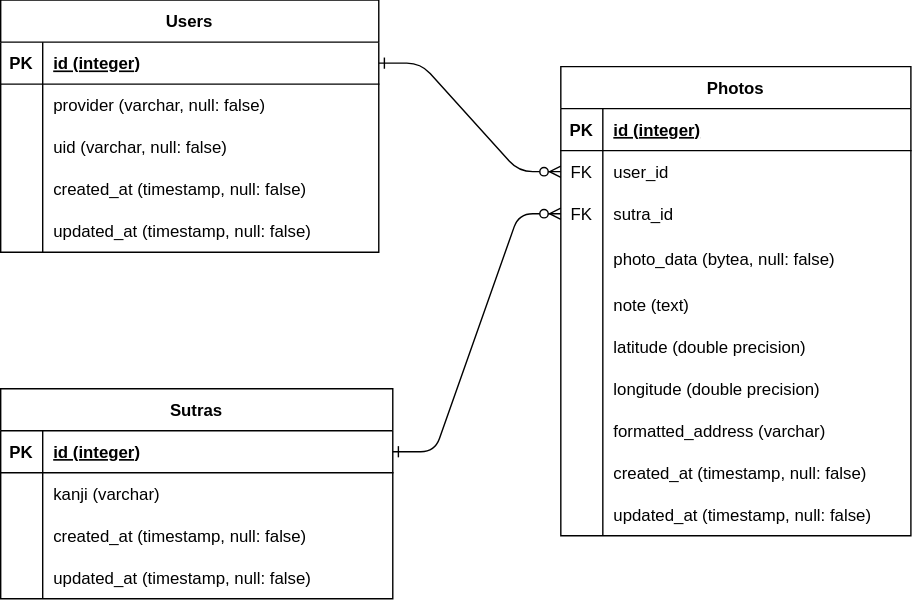
Above: outdoor-heart-sutra.drawio.svg in shirotamaki/entity-relationship-diagram (draw.io), before the change. Source tidied: cells renumbered, new cells last; positions are measured from the earlier drawing's top-left corner, leaving out a move shared by most shapes.
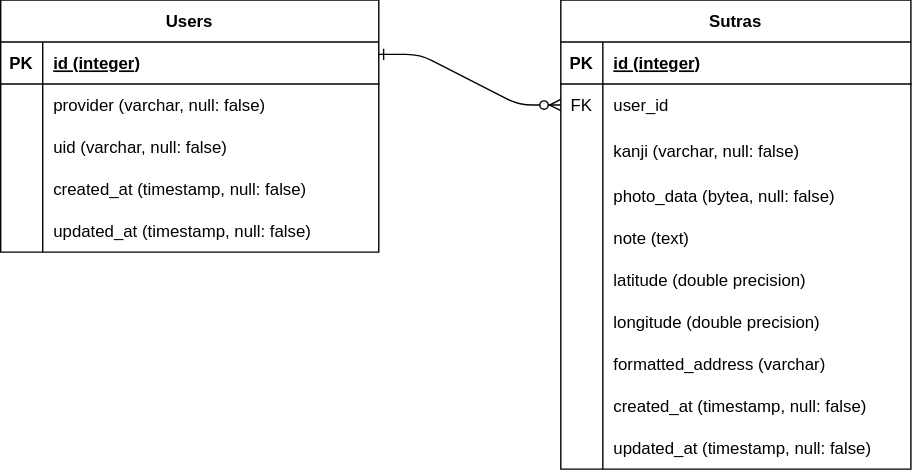
After the change.

Commit message:
outdoor-heart-sutra.drawio.svg を追加しました。

What changed in the source:
```diff
@@ -2,8 +2,8 @@
   <root>
     <mxCell id="0" />
     <mxCell id="1" parent="0" />
-    <mxCell id="2" value="Photos" style="shape=table;startSize=30;rowLines=0;fontStyle=1;align=center;" parent="1" vertex="1">
-      <mxGeometry x="400" y="48" width="250" height="335" as="geometry" />
+    <mxCell id="2" value="Sutras" style="shape=table;startSize=30;rowLines=0;fontStyle=1;align=center;" parent="1" vertex="1">
+      <mxGeometry x="400" y="0.5" width="250" height="335" as="geometry" />
     </mxCell>
     <mxCell id="3" style="shape=partialRectangle;fillColor=none;top=0;left=0;right=0;bottom=1;" parent="2" vertex="1">
       <mxGeometry y="30" width="250" height="30" as="geometry" />
@@ -23,78 +23,78 @@
     <mxCell id="8" value="user_id" style="shape=partialRectangle;overflow=hidden;fillColor=none;top=0;left=0;bottom=0;right=0;align=left;spacingLeft=6;" parent="6" vertex="1">
       <mxGeometry x="30" width="220" height="30" as="geometry" />
     </mxCell>
-    <mxCell id="9" style="shape=partialRectangle;fillColor=none;points=[[0,0.5],[1,0.5]];portConstraint=eastwest;top=0;left=0;right=0;bottom=0;" parent="2" vertex="1">
-      <mxGeometry y="90" width="250" height="30" as="geometry" />
-    </mxCell>
-    <mxCell id="10" value="FK" style="shape=partialRectangle;overflow=hidden;fillColor=none;top=0;left=0;bottom=0;right=0;" parent="9" vertex="1">
-      <mxGeometry width="30" height="30" as="geometry" />
-    </mxCell>
-    <mxCell id="11" value="sutra_id" style="shape=partialRectangle;overflow=hidden;fillColor=none;top=0;left=0;bottom=0;right=0;align=left;spacingLeft=6;" parent="9" vertex="1">
-      <mxGeometry x="30" width="220" height="30" as="geometry" />
-    </mxCell>
     <mxCell id="12" style="shape=partialRectangle;fillColor=none;top=0;left=0;right=0;bottom=0;" parent="2" vertex="1">
-      <mxGeometry y="120" width="250" height="35" as="geometry" />
+      <mxGeometry y="90" width="250" height="35" as="geometry" />
     </mxCell>
     <mxCell id="13" style="shape=partialRectangle;overflow=hidden;fillColor=none;top=0;left=0;bottom=0;right=0;" parent="12" vertex="1">
       <mxGeometry width="30" height="35" as="geometry" />
     </mxCell>
-    <mxCell id="14" value="photo_data (bytea, null: false)" style="shape=partialRectangle;overflow=hidden;fillColor=none;top=0;left=0;bottom=0;right=0;align=left;spacingLeft=6;" parent="12" vertex="1">
+    <mxCell id="14" value="kanji (varchar, null: false)" style="shape=partialRectangle;overflow=hidden;fillColor=none;top=0;left=0;bottom=0;right=0;align=left;spacingLeft=6;" parent="12" vertex="1">
       <mxGeometry x="30" width="220" height="35" as="geometry" />
     </mxCell>
     <mxCell id="15" style="shape=partialRectangle;fillColor=none;top=0;left=0;right=0;bottom=0;" parent="2" vertex="1">
-      <mxGeometry y="155" width="250" height="30" as="geometry" />
+      <mxGeometry y="125" width="250" height="30" as="geometry" />
     </mxCell>
     <mxCell id="16" style="shape=partialRectangle;overflow=hidden;fillColor=none;top=0;left=0;bottom=0;right=0;" parent="15" vertex="1">
       <mxGeometry width="30" height="30" as="geometry" />
     </mxCell>
-    <mxCell id="17" value="note (text)" style="shape=partialRectangle;overflow=hidden;fillColor=none;top=0;left=0;bottom=0;right=0;align=left;spacingLeft=6;" parent="15" vertex="1">
+    <mxCell id="17" value="photo_data (bytea, null: false)" style="shape=partialRectangle;overflow=hidden;fillColor=none;top=0;left=0;bottom=0;right=0;align=left;spacingLeft=6;" parent="15" vertex="1">
       <mxGeometry x="30" width="220" height="30" as="geometry" />
     </mxCell>
     <mxCell id="18" style="shape=partialRectangle;fillColor=none;top=0;left=0;right=0;bottom=0;" parent="2" vertex="1">
-      <mxGeometry y="185" width="250" height="30" as="geometry" />
+      <mxGeometry y="155" width="250" height="30" as="geometry" />
     </mxCell>
     <mxCell id="19" style="shape=partialRectangle;overflow=hidden;fillColor=none;top=0;left=0;bottom=0;right=0;" parent="18" vertex="1">
       <mxGeometry width="30" height="30" as="geometry" />
     </mxCell>
-    <mxCell id="20" value="latitude (double precision)" style="shape=partialRectangle;overflow=hidden;fillColor=none;top=0;left=0;bottom=0;right=0;align=left;spacingLeft=6;" parent="18" vertex="1">
+    <mxCell id="20" value="note (text)" style="shape=partialRectangle;overflow=hidden;fillColor=none;top=0;left=0;bottom=0;right=0;align=left;spacingLeft=6;" parent="18" vertex="1">
       <mxGeometry x="30" width="220" height="30" as="geometry" />
     </mxCell>
     <mxCell id="21" style="shape=partialRectangle;fillColor=none;top=0;left=0;right=0;bottom=0;" parent="2" vertex="1">
-      <mxGeometry y="215" width="250" height="30" as="geometry" />
+      <mxGeometry y="185" width="250" height="30" as="geometry" />
     </mxCell>
     <mxCell id="22" style="shape=partialRectangle;overflow=hidden;fillColor=none;top=0;left=0;bottom=0;right=0;" parent="21" vertex="1">
       <mxGeometry width="30" height="30" as="geometry" />
     </mxCell>
-    <mxCell id="23" value="longitude (double precision)" style="shape=partialRectangle;overflow=hidden;fillColor=none;top=0;left=0;bottom=0;right=0;align=left;spacingLeft=6;" parent="21" vertex="1">
+    <mxCell id="23" value="latitude (double precision)" style="shape=partialRectangle;overflow=hidden;fillColor=none;top=0;left=0;bottom=0;right=0;align=left;spacingLeft=6;" parent="21" vertex="1">
       <mxGeometry x="30" width="220" height="30" as="geometry" />
     </mxCell>
     <mxCell id="24" style="shape=partialRectangle;fillColor=none;top=0;left=0;right=0;bottom=0;" parent="2" vertex="1">
-      <mxGeometry y="245" width="250" height="30" as="geometry" />
+      <mxGeometry y="215" width="250" height="30" as="geometry" />
     </mxCell>
     <mxCell id="25" style="shape=partialRectangle;overflow=hidden;fillColor=none;top=0;left=0;bottom=0;right=0;" parent="24" vertex="1">
       <mxGeometry width="30" height="30" as="geometry" />
     </mxCell>
-    <mxCell id="26" value="formatted_address (varchar)" style="shape=partialRectangle;overflow=hidden;fillColor=none;top=0;left=0;bottom=0;right=0;align=left;spacingLeft=6;" parent="24" vertex="1">
+    <mxCell id="26" value="longitude (double precision)" style="shape=partialRectangle;overflow=hidden;fillColor=none;top=0;left=0;bottom=0;right=0;align=left;spacingLeft=6;" parent="24" vertex="1">
       <mxGeometry x="30" width="220" height="30" as="geometry" />
     </mxCell>
     <mxCell id="27" style="shape=partialRectangle;fillColor=none;top=0;left=0;right=0;bottom=0;" parent="2" vertex="1">
-      <mxGeometry y="275" width="250" height="30" as="geometry" />
+      <mxGeometry y="245" width="250" height="30" as="geometry" />
     </mxCell>
     <mxCell id="28" style="shape=partialRectangle;overflow=hidden;fillColor=none;top=0;left=0;bottom=0;right=0;" parent="27" vertex="1">
       <mxGeometry width="30" height="30" as="geometry" />
     </mxCell>
-    <mxCell id="29" value="created_at (timestamp, null: false)" style="shape=partialRectangle;overflow=hidden;fillColor=none;top=0;left=0;bottom=0;right=0;align=left;spacingLeft=6;" parent="27" vertex="1">
+    <mxCell id="29" value="formatted_address (varchar)" style="shape=partialRectangle;overflow=hidden;fillColor=none;top=0;left=0;bottom=0;right=0;align=left;spacingLeft=6;" parent="27" vertex="1">
       <mxGeometry x="30" width="220" height="30" as="geometry" />
     </mxCell>
     <mxCell id="30" style="shape=partialRectangle;fillColor=none;top=0;left=0;right=0;bottom=0;" parent="2" vertex="1">
-      <mxGeometry y="305" width="250" height="30" as="geometry" />
+      <mxGeometry y="275" width="250" height="30" as="geometry" />
     </mxCell>
     <mxCell id="31" style="shape=partialRectangle;overflow=hidden;fillColor=none;top=0;left=0;bottom=0;right=0;" parent="30" vertex="1">
       <mxGeometry width="30" height="30" as="geometry" />
     </mxCell>
-    <mxCell id="32" value="updated_at (timestamp, null: false)" style="shape=partialRectangle;overflow=hidden;fillColor=none;top=0;left=0;bottom=0;right=0;align=left;spacingLeft=6;" parent="30" vertex="1">
+    <mxCell id="32" value="created_at (timestamp, null: false)" style="shape=partialRectangle;overflow=hidden;fillColor=none;top=0;left=0;bottom=0;right=0;align=left;spacingLeft=6;" parent="30" vertex="1">
       <mxGeometry x="30" width="220" height="30" as="geometry" />
     </mxCell>
+    <mxCell id="64" style="shape=partialRectangle;fillColor=none;top=0;left=0;right=0;bottom=0;" parent="2" vertex="1">
+      <mxGeometry y="305" width="250" height="30" as="geometry" />
+    </mxCell>
+    <mxCell id="65" style="shape=partialRectangle;overflow=hidden;fillColor=none;top=0;left=0;bottom=0;right=0;" parent="64" vertex="1">
+      <mxGeometry width="30" height="30" as="geometry" />
+    </mxCell>
+    <mxCell id="61" value="updated_at (timestamp, null: false)" style="shape=partialRectangle;overflow=hidden;fillColor=none;top=0;left=0;bottom=0;right=0;align=left;spacingLeft=6;" parent="64" vertex="1">
+      <mxGeometry x="30" width="220" height="30" as="geometry" />
+    </mxCell>
     <mxCell id="33" value="Users" style="shape=table;startSize=30;rowLines=0;fontStyle=1;align=center;" parent="1" vertex="1">
       <mxGeometry y="0.5" width="270" height="180" as="geometry" />
     </mxCell>
@@ -143,50 +143,8 @@
     <mxCell id="48" value="updated_at (timestamp, null: false)" style="shape=partialRectangle;overflow=hidden;fillColor=none;top=0;left=0;bottom=0;right=0;align=left;spacingLeft=6;" parent="46" vertex="1">
       <mxGeometry x="30" width="240" height="30" as="geometry" />
     </mxCell>
-    <mxCell id="49" value="Sutras" style="shape=table;startSize=30;rowLines=0;fontStyle=1;align=center;" parent="1" vertex="1">
-      <mxGeometry y="278" width="280" height="150" as="geometry" />
-    </mxCell>
-    <mxCell id="50" style="shape=partialRectangle;fillColor=none;points=[[0,0.5],[1,0.5]];portConstraint=eastwest;top=0;left=0;right=0;bottom=1;" parent="49" vertex="1">
-      <mxGeometry y="30" width="280" height="30" as="geometry" />
-    </mxCell>
-    <mxCell id="51" value="PK" style="shape=partialRectangle;overflow=hidden;fillColor=none;top=0;left=0;bottom=0;right=0;fontStyle=1;" parent="50" vertex="1">
-      <mxGeometry width="30" height="30" as="geometry" />
-    </mxCell>
-    <mxCell id="52" value="id (integer)" style="shape=partialRectangle;overflow=hidden;fillColor=none;top=0;left=0;bottom=0;right=0;align=left;spacingLeft=6;fontStyle=5;" parent="50" vertex="1">
-      <mxGeometry x="30" width="250" height="30" as="geometry" />
-    </mxCell>
-    <mxCell id="53" style="shape=partialRectangle;fillColor=none;top=0;left=0;right=0;bottom=0;" parent="49" vertex="1">
-      <mxGeometry y="60" width="280" height="30" as="geometry" />
-    </mxCell>
-    <mxCell id="54" style="shape=partialRectangle;overflow=hidden;fillColor=none;top=0;left=0;bottom=0;right=0;" parent="53" vertex="1">
-      <mxGeometry width="30" height="30" as="geometry" />
-    </mxCell>
-    <mxCell id="55" value="kanji (varchar)" style="shape=partialRectangle;overflow=hidden;fillColor=none;top=0;left=0;bottom=0;right=0;align=left;spacingLeft=6;" parent="53" vertex="1">
-      <mxGeometry x="30" width="250" height="30" as="geometry" />
-    </mxCell>
-    <mxCell id="56" style="shape=partialRectangle;fillColor=none;top=0;left=0;right=0;bottom=0;" parent="49" vertex="1">
-      <mxGeometry y="90" width="280" height="30" as="geometry" />
-    </mxCell>
-    <mxCell id="57" style="shape=partialRectangle;overflow=hidden;fillColor=none;top=0;left=0;bottom=0;right=0;" parent="56" vertex="1">
-      <mxGeometry width="30" height="30" as="geometry" />
-    </mxCell>
-    <mxCell id="58" value="created_at (timestamp, null: false)" style="shape=partialRectangle;overflow=hidden;fillColor=none;top=0;left=0;bottom=0;right=0;align=left;spacingLeft=6;" parent="56" vertex="1">
-      <mxGeometry x="30" width="250" height="30" as="geometry" />
-    </mxCell>
-    <mxCell id="59" style="shape=partialRectangle;fillColor=none;top=0;left=0;right=0;bottom=0;" parent="49" vertex="1">
-      <mxGeometry y="120" width="280" height="30" as="geometry" />
-    </mxCell>
-    <mxCell id="60" style="shape=partialRectangle;overflow=hidden;fillColor=none;top=0;left=0;bottom=0;right=0;" parent="59" vertex="1">
-      <mxGeometry width="30" height="30" as="geometry" />
-    </mxCell>
-    <mxCell id="61" value="updated_at (timestamp, null: false)" style="shape=partialRectangle;overflow=hidden;fillColor=none;top=0;left=0;bottom=0;right=0;align=left;spacingLeft=6;" parent="59" vertex="1">
-      <mxGeometry x="30" width="250" height="30" as="geometry" />
-    </mxCell>
-    <mxCell id="62" style="edgeStyle=entityRelationEdgeStyle;endArrow=ERzeroToMany;startArrow=ERone;endFill=1;startFill=0;exitX=1;exitY=0.5;exitDx=0;exitDy=0;entryX=0;entryY=0.5;entryDx=0;entryDy=0;" parent="1" edge="1" source="34" target="6">
+    <mxCell id="62" style="edgeStyle=entityRelationEdgeStyle;endArrow=ERzeroToMany;startArrow=ERone;endFill=1;startFill=0;exitX=0.998;exitY=0.293;exitDx=0;exitDy=0;entryX=0;entryY=0.5;entryDx=0;entryDy=0;exitPerimeter=0;" parent="1" edge="1" source="34" target="6">
       <mxGeometry relative="1" as="geometry" />
     </mxCell>
-    <mxCell id="63" style="edgeStyle=entityRelationEdgeStyle;endArrow=ERzeroToMany;startArrow=ERone;endFill=1;startFill=0;exitX=1;exitY=0.5;exitDx=0;exitDy=0;entryX=0;entryY=0.5;entryDx=0;entryDy=0;" parent="1" edge="1" source="50" target="9">
-      <mxGeometry relative="1" as="geometry" />
-    </mxCell>
   </root>
 </mxGraphModel>
```
